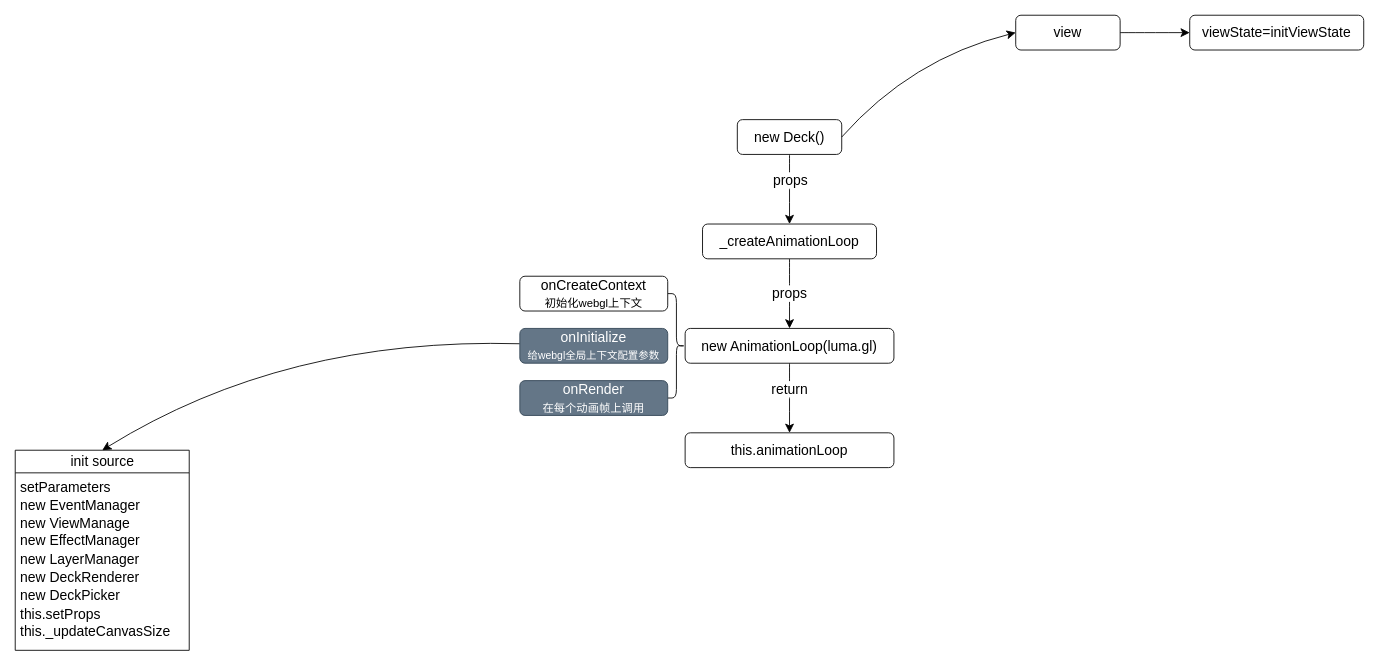
This is page "new Deck" (4 of 5) of DeckGL.drawio from bigbigbig2/mind-map, a draw.io file, before an edit. Source tidied: cells renumbered, new cells numbered last; positions are measured from the earlier drawing's top-left corner, leaving out a move shared by most shapes. Both pictures are drawn from the tidied source at 87%, with x=0, y=0 at pixel (15, 15).
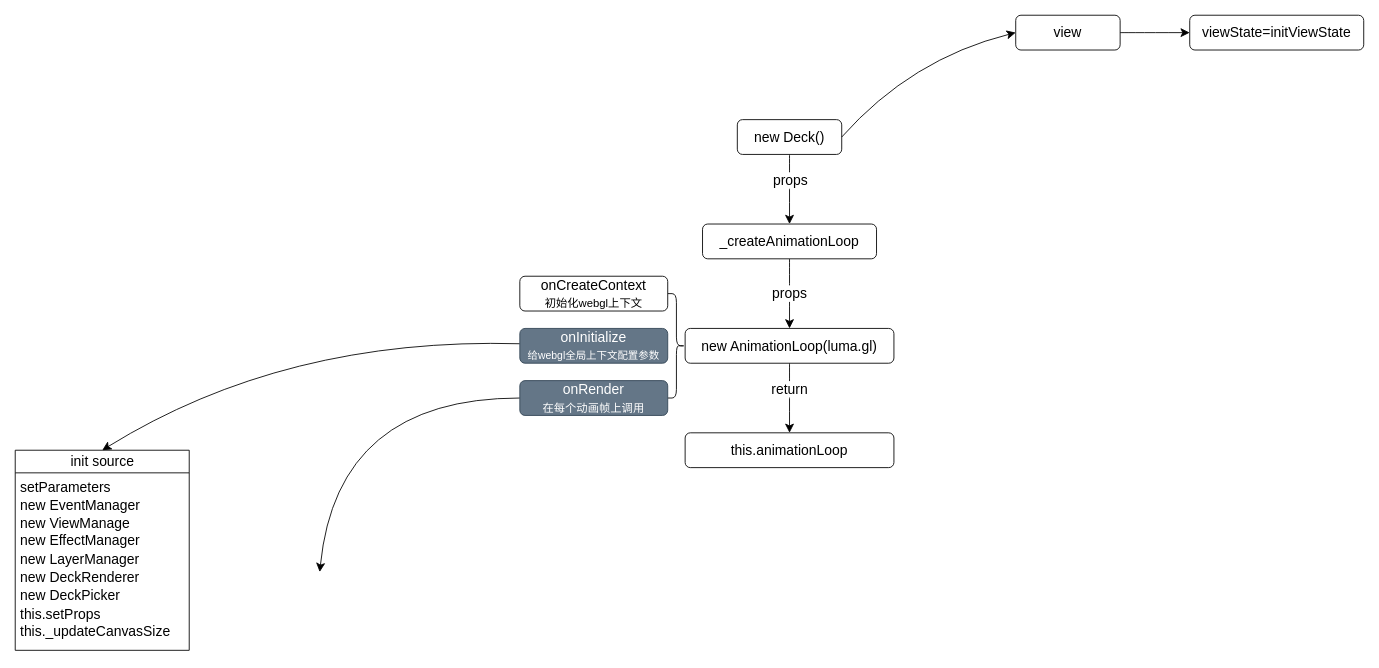
The same diagram, later.

Unchanged cells that the change refers to:
```xml
<mxCell id="18" value="onRender&lt;br&gt;&lt;font style=&quot;font-size: 13px;&quot;&gt;在每个动画帧上调用&lt;/font&gt;" style="rounded=1;whiteSpace=wrap;html=1;fontSize=16;fillColor=#647687;fontColor=#ffffff;strokeColor=#314354;" parent="1" vertex="1">
  <mxGeometry x="580" y="420" width="170" height="40" as="geometry" />
</mxCell>
```

What changed in the source:
```diff
@@
+    <mxCell id="22" style="edgeStyle=none;curved=1;rounded=0;jettySize=auto;html=1;fontSize=12;startSize=8;endSize=8;exitX=0;exitY=0.5;exitDx=0;exitDy=0;" parent="1" edge="1" source="18">
+      <mxGeometry relative="1" as="geometry">
+        <mxPoint x="350" y="640" as="targetPoint" />
+        <Array as="points">
+          <mxPoint x="370" y="440" />
+        </Array>
+      </mxGeometry>
+    </mxCell>
```
